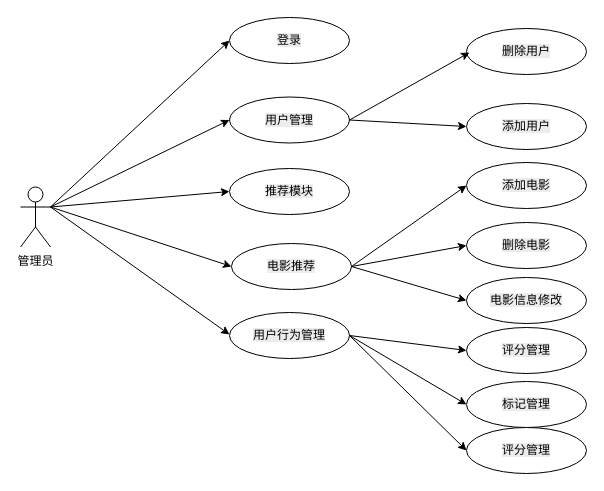
Before: page "第 5 页" (5 of 10) of 未命名绘图.drawio in bcxdawn222/Bank, a draw.io diagram. Source tidied: cells renumbered, new cells numbered last; positions are measured from the earlier drawing's top-left corner, leaving out a move shared by most shapes. Both pictures are drawn from the tidied source at 100%, with x=0, y=0 at pixel (20, 17).
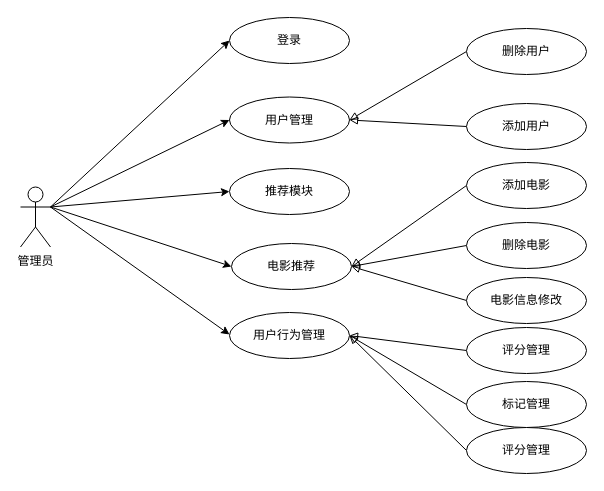
The same diagram, later.

The edit, as a diff of the source:
```diff
@@
-    <mxCell id="2" value="&lt;font face=&quot;宋体&quot;&gt;管理员&lt;/font&gt;" style="shape=umlActor;verticalLabelPosition=bottom;verticalAlign=top;html=1;outlineConnect=0;" parent="1" vertex="1">
+    <mxCell id="2" value="&lt;font&gt;管理员&lt;/font&gt;" style="shape=umlActor;verticalLabelPosition=bottom;verticalAlign=top;html=1;outlineConnect=0;fontFamily=宋体;" parent="1" vertex="1">
       <mxGeometry y="169.5" width="30" height="60" as="geometry" />
     </mxCell>
-    <mxCell id="3" value="&lt;span style=&quot;font-family: 宋体; font-size: 12px; background-color: rgb(236, 236, 236);&quot;&gt;登录&lt;/span&gt;" style="ellipse;whiteSpace=wrap;html=1;fontFamily=Helvetica;fontSize=11;fontColor=default;labelBackgroundColor=default;" parent="1" vertex="1">
+    <mxCell id="3" value="&lt;span style=&quot;font-size: 12px;&quot;&gt;登录&lt;/span&gt;" style="ellipse;whiteSpace=wrap;html=1;fontFamily=宋体;fontSize=11;fontColor=default;labelBackgroundColor=default;" parent="1" vertex="1">
       <mxGeometry x="209" width="120" height="46" as="geometry" />
     </mxCell>
-    <mxCell id="4" value="&lt;span style=&quot;font-family: 宋体; font-size: 12px; background-color: rgb(236, 236, 236);&quot;&gt;用户管理&lt;/span&gt;" style="ellipse;whiteSpace=wrap;html=1;fontFamily=Helvetica;fontSize=11;fontColor=default;labelBackgroundColor=default;" parent="1" vertex="1">
+    <mxCell id="4" value="&lt;span style=&quot;font-size: 12px;&quot;&gt;用户管理&lt;/span&gt;" style="ellipse;whiteSpace=wrap;html=1;fontFamily=宋体;fontSize=11;fontColor=default;labelBackgroundColor=default;" parent="1" vertex="1">
       <mxGeometry x="209" y="79.5" width="120" height="46" as="geometry" />
     </mxCell>
-    <mxCell id="5" value="&lt;span style=&quot;font-family: 宋体; font-size: 12px; background-color: rgb(236, 236, 236);&quot;&gt;推荐模块&lt;/span&gt;" style="ellipse;whiteSpace=wrap;html=1;fontFamily=Helvetica;fontSize=11;fontColor=default;labelBackgroundColor=default;" parent="1" vertex="1">
+    <mxCell id="5" value="&lt;span style=&quot;font-size: 12px;&quot;&gt;推荐模块&lt;/span&gt;" style="ellipse;whiteSpace=wrap;html=1;fontFamily=宋体;fontSize=11;fontColor=default;labelBackgroundColor=default;" parent="1" vertex="1">
       <mxGeometry x="209" y="151" width="120" height="46" as="geometry" />
     </mxCell>
-    <mxCell id="6" style="endArrow=classic;html=1;rounded=0;strokeColor=default;align=center;verticalAlign=middle;fontFamily=Helvetica;fontSize=11;fontColor=default;labelBackgroundColor=default;exitX=1;exitY=0.3333333333333333;exitDx=0;exitDy=0;exitPerimeter=0;entryX=0;entryY=0.5;entryDx=0;entryDy=0;" parent="1" edge="1" source="2" target="3">
+    <mxCell id="6" style="endArrow=classic;html=1;rounded=0;strokeColor=default;align=center;verticalAlign=middle;fontFamily=宋体;fontSize=11;fontColor=default;labelBackgroundColor=default;exitX=1;exitY=0.3333333333333333;exitDx=0;exitDy=0;exitPerimeter=0;entryX=0;entryY=0.5;entryDx=0;entryDy=0;" parent="1" edge="1" source="2" target="3">
       <mxGeometry relative="1" as="geometry" />
     </mxCell>
-    <mxCell id="7" style="endArrow=classic;html=1;rounded=0;strokeColor=default;align=center;verticalAlign=middle;fontFamily=Helvetica;fontSize=11;fontColor=default;labelBackgroundColor=default;exitX=1;exitY=0.3333333333333333;exitDx=0;exitDy=0;exitPerimeter=0;entryX=0;entryY=0.5;entryDx=0;entryDy=0;" parent="1" edge="1" source="2" target="4">
+    <mxCell id="7" style="endArrow=classic;html=1;rounded=0;strokeColor=default;align=center;verticalAlign=middle;fontFamily=宋体;fontSize=11;fontColor=default;labelBackgroundColor=default;exitX=1;exitY=0.3333333333333333;exitDx=0;exitDy=0;exitPerimeter=0;entryX=0;entryY=0.5;entryDx=0;entryDy=0;" parent="1" edge="1" source="2" target="4">
       <mxGeometry relative="1" as="geometry" />
     </mxCell>
-    <mxCell id="8" style="endArrow=classic;html=1;rounded=0;strokeColor=default;align=center;verticalAlign=middle;fontFamily=Helvetica;fontSize=11;fontColor=default;labelBackgroundColor=default;exitX=1;exitY=0.3333333333333333;exitDx=0;exitDy=0;exitPerimeter=0;entryX=0;entryY=0.5;entryDx=0;entryDy=0;" parent="1" edge="1" source="2" target="5">
+    <mxCell id="8" style="endArrow=classic;html=1;rounded=0;strokeColor=default;align=center;verticalAlign=middle;fontFamily=宋体;fontSize=11;fontColor=default;labelBackgroundColor=default;exitX=1;exitY=0.3333333333333333;exitDx=0;exitDy=0;exitPerimeter=0;entryX=0;entryY=0.5;entryDx=0;entryDy=0;" parent="1" edge="1" source="2" target="5">
       <mxGeometry relative="1" as="geometry" />
     </mxCell>
-    <mxCell id="9" style="endArrow=classic;html=1;rounded=0;strokeColor=default;align=center;verticalAlign=middle;fontFamily=Helvetica;fontSize=11;fontColor=default;labelBackgroundColor=default;exitX=1;exitY=0.3333333333333333;exitDx=0;exitDy=0;exitPerimeter=0;entryX=0;entryY=0.5;entryDx=0;entryDy=0;" parent="1" edge="1" source="2" target="10">
+    <mxCell id="9" style="endArrow=classic;html=1;rounded=0;strokeColor=default;align=center;verticalAlign=middle;fontFamily=宋体;fontSize=11;fontColor=default;labelBackgroundColor=default;exitX=1;exitY=0.3333333333333333;exitDx=0;exitDy=0;exitPerimeter=0;entryX=0;entryY=0.5;entryDx=0;entryDy=0;" parent="1" edge="1" source="2" target="10">
       <mxGeometry relative="1" as="geometry" />
     </mxCell>
-    <mxCell id="10" value="&lt;span style=&quot;font-family: 宋体; font-size: 12px; background-color: rgb(236, 236, 236);&quot;&gt;电影推荐&lt;/span&gt;" style="ellipse;whiteSpace=wrap;html=1;fontFamily=Helvetica;fontSize=11;fontColor=default;labelBackgroundColor=default;" parent="1" vertex="1">
+    <mxCell id="10" value="&lt;span style=&quot;font-size: 12px;&quot;&gt;电影推荐&lt;/span&gt;" style="ellipse;whiteSpace=wrap;html=1;fontFamily=宋体;fontSize=11;fontColor=default;labelBackgroundColor=default;" parent="1" vertex="1">
       <mxGeometry x="211" y="226" width="120" height="46" as="geometry" />
     </mxCell>
-    <mxCell id="11" style="endArrow=classic;html=1;rounded=0;strokeColor=default;align=center;verticalAlign=middle;fontFamily=Helvetica;fontSize=11;fontColor=default;labelBackgroundColor=default;exitX=1;exitY=0.3333333333333333;exitDx=0;exitDy=0;exitPerimeter=0;entryX=0;entryY=0.5;entryDx=0;entryDy=0;" parent="1" edge="1" source="2">
+    <mxCell id="11" style="endArrow=classic;html=1;rounded=0;strokeColor=default;align=center;verticalAlign=middle;fontFamily=宋体;fontSize=11;fontColor=default;labelBackgroundColor=default;exitX=1;exitY=0.3333333333333333;exitDx=0;exitDy=0;exitPerimeter=0;entryX=0;entryY=0.5;entryDx=0;entryDy=0;" parent="1" edge="1" source="2">
       <mxGeometry relative="1" as="geometry">
         <mxPoint x="209" y="317" as="targetPoint" />
       </mxGeometry>
     </mxCell>
-    <mxCell id="12" value="&lt;span style=&quot;font-family: 宋体; font-size: 12px; background-color: rgb(236, 236, 236);&quot;&gt;用户行为管理&lt;/span&gt;" style="ellipse;whiteSpace=wrap;html=1;fontFamily=Helvetica;fontSize=11;fontColor=default;labelBackgroundColor=default;" parent="1" vertex="1">
+    <mxCell id="12" value="&lt;span style=&quot;font-size: 12px;&quot;&gt;用户行为管理&lt;/span&gt;" style="ellipse;whiteSpace=wrap;html=1;fontFamily=宋体;fontSize=11;fontColor=default;labelBackgroundColor=default;" parent="1" vertex="1">
       <mxGeometry x="209" y="295" width="120" height="46" as="geometry" />
     </mxCell>
+    <mxCell id="30" style="edgeStyle=none;rounded=0;jettySize=auto;html=1;exitX=0;exitY=0.5;exitDx=0;exitDy=0;entryX=1;entryY=0.5;entryDx=0;entryDy=0;endArrow=block;endFill=0;" parent="1" edge="1" source="13" target="10">
+      <mxGeometry relative="1" as="geometry" />
+    </mxCell>
-    <mxCell id="13" value="&lt;span style=&quot;font-family: 宋体; font-size: 12px; background-color: rgb(236, 236, 236);&quot;&gt;删除电影&lt;/span&gt;" style="ellipse;whiteSpace=wrap;html=1;fontFamily=Helvetica;fontSize=11;fontColor=default;labelBackgroundColor=default;" parent="1" vertex="1">
+    <mxCell id="13" value="&lt;span style=&quot;font-size: 12px;&quot;&gt;删除电影&lt;/span&gt;" style="ellipse;whiteSpace=wrap;html=1;fontFamily=宋体;fontSize=11;fontColor=default;labelBackgroundColor=default;" parent="1" vertex="1">
       <mxGeometry x="446" y="205" width="120" height="46" as="geometry" />
     </mxCell>
+    <mxCell id="31" style="edgeStyle=none;rounded=0;jettySize=auto;html=1;exitX=0;exitY=0.5;exitDx=0;exitDy=0;entryX=1;entryY=0.5;entryDx=0;entryDy=0;endArrow=block;endFill=0;" parent="1" edge="1" source="14" target="10">
+      <mxGeometry relative="1" as="geometry" />
+    </mxCell>
-    <mxCell id="14" value="&lt;span style=&quot;font-family: 宋体; font-size: 12px; background-color: rgb(236, 236, 236);&quot;&gt;添加电影&lt;/span&gt;" style="ellipse;whiteSpace=wrap;html=1;fontFamily=Helvetica;fontSize=11;fontColor=default;labelBackgroundColor=default;" parent="1" vertex="1">
+    <mxCell id="14" value="&lt;span style=&quot;font-size: 12px;&quot;&gt;添加电影&lt;/span&gt;" style="ellipse;whiteSpace=wrap;html=1;fontFamily=宋体;fontSize=11;fontColor=default;labelBackgroundColor=default;" parent="1" vertex="1">
       <mxGeometry x="446" y="145" width="120" height="46" as="geometry" />
     </mxCell>
+    <mxCell id="32" style="edgeStyle=none;rounded=0;jettySize=auto;html=1;exitX=0;exitY=0.5;exitDx=0;exitDy=0;entryX=1;entryY=0.5;entryDx=0;entryDy=0;endArrow=block;endFill=0;" parent="1" edge="1" source="15" target="4">
+      <mxGeometry relative="1" as="geometry" />
+    </mxCell>
-    <mxCell id="15" value="&lt;span style=&quot;font-family: 宋体; font-size: 12px; background-color: rgb(236, 236, 236);&quot;&gt;添加用户&lt;/span&gt;" style="ellipse;whiteSpace=wrap;html=1;fontFamily=Helvetica;fontSize=11;fontColor=default;labelBackgroundColor=default;" parent="1" vertex="1">
+    <mxCell id="15" value="&lt;span style=&quot;font-size: 12px;&quot;&gt;添加用户&lt;/span&gt;" style="ellipse;whiteSpace=wrap;html=1;fontFamily=宋体;fontSize=11;fontColor=default;labelBackgroundColor=default;" parent="1" vertex="1">
       <mxGeometry x="446" y="86" width="120" height="46" as="geometry" />
     </mxCell>
+    <mxCell id="33" style="rounded=0;jettySize=auto;html=1;exitX=0;exitY=0.5;exitDx=0;exitDy=0;entryX=1;entryY=0.5;entryDx=0;entryDy=0;endArrow=block;endFill=0;" parent="1" edge="1" source="16" target="4">
+      <mxGeometry relative="1" as="geometry" />
+    </mxCell>
-    <mxCell id="16" value="&lt;span style=&quot;font-family: 宋体; font-size: 12px; background-color: rgb(236, 236, 236);&quot;&gt;删除用户&lt;/span&gt;" style="ellipse;whiteSpace=wrap;html=1;fontFamily=Helvetica;fontSize=11;fontColor=default;labelBackgroundColor=default;" parent="1" vertex="1">
+    <mxCell id="16" value="&lt;span style=&quot;font-size: 12px;&quot;&gt;删除用户&lt;/span&gt;" style="ellipse;whiteSpace=wrap;html=1;fontFamily=宋体;fontSize=11;fontColor=default;labelBackgroundColor=default;" parent="1" vertex="1">
       <mxGeometry x="446" y="11" width="120" height="46" as="geometry" />
     </mxCell>
+    <mxCell id="34" style="edgeStyle=none;rounded=0;jettySize=auto;html=1;exitX=0;exitY=0.5;exitDx=0;exitDy=0;entryX=1;entryY=0.5;entryDx=0;entryDy=0;endArrow=block;endFill=0;" parent="1" edge="1" source="17" target="12">
+      <mxGeometry relative="1" as="geometry" />
+    </mxCell>
-    <mxCell id="17" value="&lt;span style=&quot;font-family: 宋体; font-size: 12px; background-color: rgb(236, 236, 236);&quot;&gt;评分管理&lt;/span&gt;" style="ellipse;whiteSpace=wrap;html=1;fontFamily=Helvetica;fontSize=11;fontColor=default;labelBackgroundColor=default;" parent="1" vertex="1">
+    <mxCell id="17" value="&lt;span style=&quot;font-size: 12px;&quot;&gt;评分管理&lt;/span&gt;" style="ellipse;whiteSpace=wrap;html=1;fontFamily=宋体;fontSize=11;fontColor=default;labelBackgroundColor=default;" parent="1" vertex="1">
       <mxGeometry x="446" y="410" width="120" height="46" as="geometry" />
     </mxCell>
+    <mxCell id="35" style="edgeStyle=none;rounded=0;jettySize=auto;html=1;exitX=0;exitY=0.5;exitDx=0;exitDy=0;entryX=1;entryY=0.5;entryDx=0;entryDy=0;endArrow=block;endFill=0;" parent="1" edge="1" source="18" target="12">
+      <mxGeometry relative="1" as="geometry" />
+    </mxCell>
-    <mxCell id="18" value="&lt;span style=&quot;font-family: 宋体; font-size: 12px; background-color: rgb(236, 236, 236);&quot;&gt;标记管理&lt;/span&gt;" style="ellipse;whiteSpace=wrap;html=1;fontFamily=Helvetica;fontSize=11;fontColor=default;labelBackgroundColor=default;" parent="1" vertex="1">
+    <mxCell id="18" value="&lt;span style=&quot;font-size: 12px;&quot;&gt;标记管理&lt;/span&gt;" style="ellipse;whiteSpace=wrap;html=1;fontFamily=宋体;fontSize=11;fontColor=default;labelBackgroundColor=default;" parent="1" vertex="1">
       <mxGeometry x="446" y="364" width="120" height="46" as="geometry" />
     </mxCell>
+    <mxCell id="36" style="edgeStyle=none;rounded=0;jettySize=auto;html=1;exitX=0;exitY=0.5;exitDx=0;exitDy=0;entryX=1;entryY=0.5;entryDx=0;entryDy=0;endArrow=block;endFill=0;" parent="1" edge="1" source="19" target="12">
+      <mxGeometry relative="1" as="geometry" />
+    </mxCell>
-    <mxCell id="19" value="&lt;span style=&quot;font-family: 宋体; font-size: 12px; background-color: rgb(236, 236, 236);&quot;&gt;评分管理&lt;/span&gt;" style="ellipse;whiteSpace=wrap;html=1;fontFamily=Helvetica;fontSize=11;fontColor=default;labelBackgroundColor=default;" parent="1" vertex="1">
+    <mxCell id="19" value="&lt;span style=&quot;font-size: 12px;&quot;&gt;评分管理&lt;/span&gt;" style="ellipse;whiteSpace=wrap;html=1;fontFamily=宋体;fontSize=11;fontColor=default;labelBackgroundColor=default;" parent="1" vertex="1">
       <mxGeometry x="446" y="310" width="120" height="46" as="geometry" />
     </mxCell>
+    <mxCell id="37" style="edgeStyle=none;rounded=0;jettySize=auto;html=1;exitX=0;exitY=0.5;exitDx=0;exitDy=0;entryX=1;entryY=0.5;entryDx=0;entryDy=0;endArrow=block;endFill=0;" parent="1" edge="1" source="20" target="10">
+      <mxGeometry relative="1" as="geometry" />
+    </mxCell>
-    <mxCell id="20" value="&lt;span style=&quot;font-family: 宋体; font-size: 12px; background-color: rgb(236, 236, 236);&quot;&gt;电影信息修改&lt;/span&gt;" style="ellipse;whiteSpace=wrap;html=1;fontFamily=Helvetica;fontSize=11;fontColor=default;labelBackgroundColor=default;" parent="1" vertex="1">
+    <mxCell id="20" value="&lt;span style=&quot;font-size: 12px;&quot;&gt;电影信息修改&lt;/span&gt;" style="ellipse;whiteSpace=wrap;html=1;fontFamily=宋体;fontSize=11;fontColor=default;labelBackgroundColor=default;" parent="1" vertex="1">
       <mxGeometry x="446" y="260" width="120" height="46" as="geometry" />
     </mxCell>
-    <mxCell id="21" style="edgeStyle=none;shape=connector;rounded=0;orthogonalLoop=1;jettySize=auto;html=1;exitX=0;exitY=0;exitDx=0;exitDy=0;strokeColor=default;align=center;verticalAlign=middle;fontFamily=Helvetica;fontSize=11;fontColor=default;labelBackgroundColor=default;endArrow=none;" parent="1" edge="1" source="14" target="14">
+    <mxCell id="21" style="edgeStyle=none;shape=connector;rounded=0;orthogonalLoop=1;jettySize=auto;html=1;exitX=0;exitY=0;exitDx=0;exitDy=0;strokeColor=default;align=center;verticalAlign=middle;fontFamily=宋体;fontSize=11;fontColor=default;labelBackgroundColor=default;endArrow=block;endFill=0;" parent="1" edge="1" source="14" target="14">
       <mxGeometry relative="1" as="geometry" />
     </mxCell>
-    <mxCell id="22" style="endArrow=classic;html=1;rounded=0;strokeColor=default;align=center;verticalAlign=middle;fontFamily=Helvetica;fontSize=11;fontColor=default;labelBackgroundColor=default;exitX=1;exitY=0.5;exitDx=0;exitDy=0;entryX=0;entryY=0.5;entryDx=0;entryDy=0;" parent="1" edge="1" source="4">
-      <mxGeometry relative="1" as="geometry">
-        <mxPoint x="449" y="35" as="targetPoint" />
-      </mxGeometry>
-    </mxCell>
-    <mxCell id="23" style="endArrow=classic;html=1;rounded=0;strokeColor=default;align=center;verticalAlign=middle;fontFamily=Helvetica;fontSize=11;fontColor=default;labelBackgroundColor=default;exitX=1;exitY=0.5;exitDx=0;exitDy=0;entryX=0;entryY=0.5;entryDx=0;entryDy=0;" parent="1" edge="1" source="4" target="15">
-      <mxGeometry relative="1" as="geometry" />
-    </mxCell>
-    <mxCell id="24" style="endArrow=classic;html=1;rounded=0;strokeColor=default;align=center;verticalAlign=middle;fontFamily=Helvetica;fontSize=11;fontColor=default;labelBackgroundColor=default;exitX=1;exitY=0.5;exitDx=0;exitDy=0;entryX=0;entryY=0.5;entryDx=0;entryDy=0;" parent="1" edge="1" source="10" target="14">
-      <mxGeometry relative="1" as="geometry" />
-    </mxCell>
-    <mxCell id="25" style="endArrow=classic;html=1;rounded=0;strokeColor=default;align=center;verticalAlign=middle;fontFamily=Helvetica;fontSize=11;fontColor=default;labelBackgroundColor=default;exitX=1;exitY=0.5;exitDx=0;exitDy=0;entryX=0;entryY=0.5;entryDx=0;entryDy=0;" parent="1" edge="1" source="10" target="13">
-      <mxGeometry relative="1" as="geometry" />
-    </mxCell>
-    <mxCell id="26" style="endArrow=classic;html=1;rounded=0;strokeColor=default;align=center;verticalAlign=middle;fontFamily=Helvetica;fontSize=11;fontColor=default;labelBackgroundColor=default;exitX=1;exitY=0.5;exitDx=0;exitDy=0;entryX=0;entryY=0.5;entryDx=0;entryDy=0;" parent="1" edge="1" source="10" target="20">
-      <mxGeometry relative="1" as="geometry" />
-    </mxCell>
-    <mxCell id="27" style="endArrow=classic;html=1;rounded=0;strokeColor=default;align=center;verticalAlign=middle;fontFamily=Helvetica;fontSize=11;fontColor=default;labelBackgroundColor=default;exitX=1;exitY=0.5;exitDx=0;exitDy=0;entryX=0;entryY=0.5;entryDx=0;entryDy=0;" parent="1" edge="1" source="12" target="19">
-      <mxGeometry relative="1" as="geometry" />
-    </mxCell>
-    <mxCell id="28" style="endArrow=classic;html=1;rounded=0;strokeColor=default;align=center;verticalAlign=middle;fontFamily=Helvetica;fontSize=11;fontColor=default;labelBackgroundColor=default;entryX=0;entryY=0.5;entryDx=0;entryDy=0;exitX=1;exitY=0.5;exitDx=0;exitDy=0;" parent="1" edge="1" source="12" target="17">
-      <mxGeometry relative="1" as="geometry" />
-    </mxCell>
-    <mxCell id="29" style="endArrow=classic;html=1;rounded=0;strokeColor=default;align=center;verticalAlign=middle;fontFamily=Helvetica;fontSize=11;fontColor=default;labelBackgroundColor=default;exitX=1;exitY=0.5;exitDx=0;exitDy=0;entryX=0;entryY=0.5;entryDx=0;entryDy=0;" parent="1" edge="1" source="12" target="18">
-      <mxGeometry relative="1" as="geometry" />
-    </mxCell>
```
